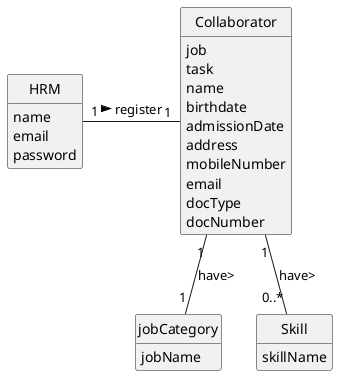
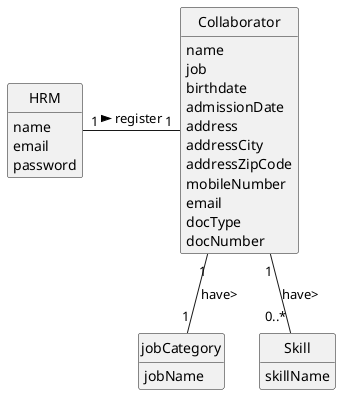
@startuml
skinparam monochrome true
skinparam packageStyle rectangle
skinparam shadowing false

'left to right direction

skinparam classAttributeIconSize 0

hide circle
hide methods

'title Domain Model

'class Platform {
'  -description
'}

class jobCategory{
    jobName
}

class HRM {
    name
    email
    password
}

class Skill {
    skillName
}

class Collaborator{
+ name
job
- task
- name
birthdate
admissionDate
address
+ addressCity
+ addressZipCode
mobileNumber
email
docType
docNumber
}


HRM "1" - "1" Collaborator: register >
Collaborator "1" -- "0..*" Skill: have>
Collaborator "1" -- "1" jobCategory: have>

@enduml